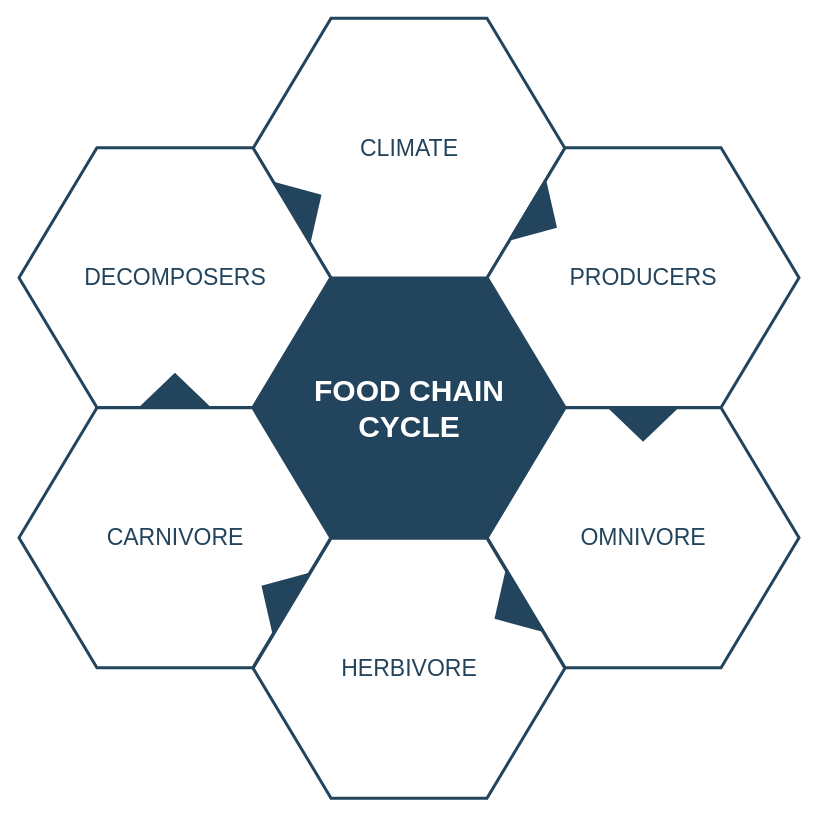
Earlier version of the draw.io diagram yejijianbao.drawio (killermyth/Documents). Source tidied: cells renumbered, new cells numbered last; positions are measured from the earlier drawing's top-left corner, leaving out a move shared by most shapes. Both pictures are drawn from the tidied source at 100%, with x=0, y=0 at pixel (18, 18).
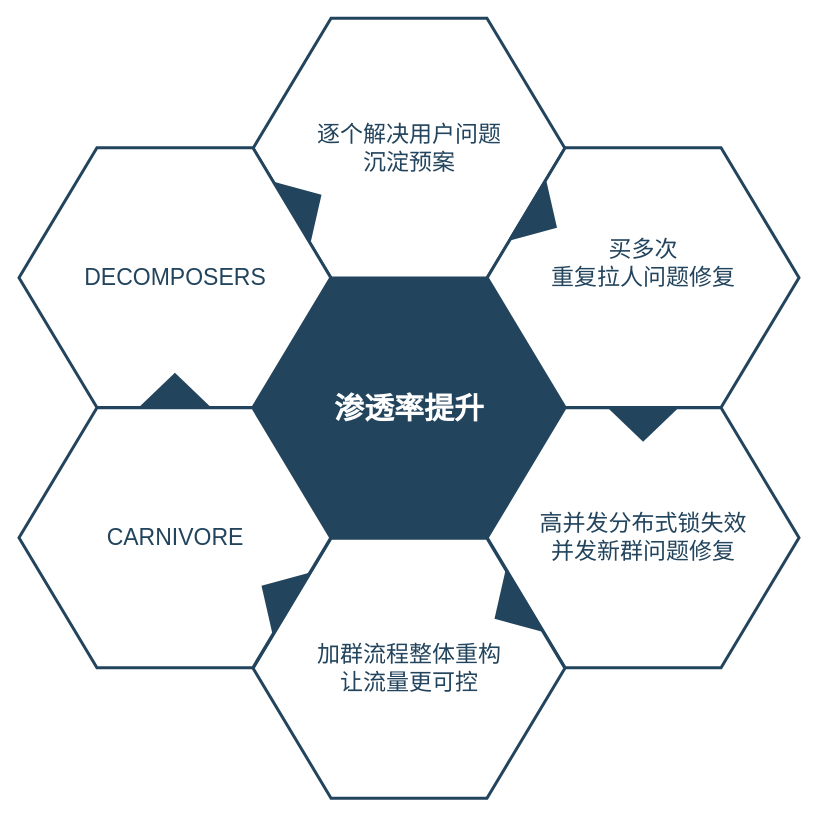
The same page after the edit.

What changed in the source:
```diff
@@
 <mxGraphModel>
   <root>
     <mxCell id="0" />
     <mxCell id="1" parent="0" />
-    <mxCell id="2" value="&lt;font style=&quot;font-size: 30px&quot; color=&quot;#ffffff&quot;&gt;&lt;b&gt;&lt;span&gt;FOOD CHAIN&lt;/span&gt;&lt;br&gt;&lt;span&gt;CYCLE&lt;/span&gt;&lt;/b&gt;&lt;/font&gt;&lt;br&gt;" style="shape=hexagon;perimeter=hexagonPerimeter2;whiteSpace=wrap;html=1;shadow=0;labelBackgroundColor=none;strokeColor=#23445D;fillColor=#23445D;gradientColor=none;fontFamily=Helvetica;fontSize=23;fontColor=#23445d;align=center;strokeWidth=3;" parent="1" vertex="1">
+    <mxCell id="2" value="&lt;font color=&quot;#ffffff&quot;&gt;&lt;span style=&quot;font-size: 30px&quot;&gt;&lt;b&gt;渗透率提升&lt;/b&gt;&lt;/span&gt;&lt;/font&gt;" style="shape=hexagon;perimeter=hexagonPerimeter2;whiteSpace=wrap;html=1;shadow=0;labelBackgroundColor=none;strokeColor=#23445D;fillColor=#23445D;gradientColor=none;fontFamily=Helvetica;fontSize=23;fontColor=#23445d;align=center;strokeWidth=3;" parent="1" vertex="1">
       <mxGeometry x="234.6" y="259.8" width="311.8" height="259.9" as="geometry" />
     </mxCell>
     <mxCell id="3" style="triangle;whiteSpace=wrap;html=1;shadow=0;labelBackgroundColor=none;strokeColor=none;fillColor=#FFFFFF;fontFamily=Helvetica;fontSize=17;fontColor=#23445d;align=center;rotation=90;gradientColor=none;flipV=1;flipH=1;opacity=20;" parent="1" vertex="1">
       <mxGeometry x="115.5" y="277.7" width="72" height="152" as="geometry" />
     </mxCell>
-    <mxCell id="4" value="&lt;font style=&quot;font-size: 23px&quot;&gt;CLIMATE&lt;/font&gt;" style="shape=hexagon;perimeter=hexagonPerimeter2;whiteSpace=wrap;html=1;shadow=0;labelBackgroundColor=none;strokeColor=#23445D;fillColor=#ffffff;gradientColor=none;fontFamily=Helvetica;fontSize=23;fontColor=#23445D;align=center;strokeWidth=3;" parent="1" vertex="1">
+    <mxCell id="4" value="&lt;font style=&quot;font-size: 23px&quot;&gt;逐个解决用户问题&lt;br&gt;沉淀预案&lt;br&gt;&lt;/font&gt;" style="shape=hexagon;perimeter=hexagonPerimeter2;whiteSpace=wrap;html=1;shadow=0;labelBackgroundColor=none;strokeColor=#23445D;fillColor=#ffffff;gradientColor=none;fontFamily=Helvetica;fontSize=23;fontColor=#23445D;align=center;strokeWidth=3;" parent="1" vertex="1">
       <mxGeometry x="234.6" y="-0.3" width="311.8" height="259.9" as="geometry" />
     </mxCell>
-    <mxCell id="5" value="&lt;font style=&quot;font-size: 23px&quot;&gt;PRODUCERS&lt;/font&gt;" style="shape=hexagon;perimeter=hexagonPerimeter2;whiteSpace=wrap;html=1;shadow=0;labelBackgroundColor=none;strokeColor=#23445D;fillColor=#FFFFFF;gradientColor=none;fontFamily=Helvetica;fontSize=23;fontColor=#23445d;align=center;strokeWidth=3;" parent="1" vertex="1">
+    <mxCell id="5" value="&lt;font style=&quot;font-size: 23px&quot;&gt;买多次&lt;br&gt;重复拉人问题修复&lt;br&gt;&lt;br&gt;&lt;/font&gt;" style="shape=hexagon;perimeter=hexagonPerimeter2;whiteSpace=wrap;html=1;shadow=0;labelBackgroundColor=none;strokeColor=#23445D;fillColor=#FFFFFF;gradientColor=none;fontFamily=Helvetica;fontSize=23;fontColor=#23445d;align=center;strokeWidth=3;" parent="1" vertex="1">
       <mxGeometry x="468.7" y="129.2" width="311.8" height="259.9" as="geometry" />
     </mxCell>
-    <mxCell id="6" value="&lt;font style=&quot;font-size: 23px&quot;&gt;OMNIVORE&lt;/font&gt;" style="shape=hexagon;perimeter=hexagonPerimeter2;whiteSpace=wrap;html=1;shadow=0;labelBackgroundColor=none;strokeColor=#23445D;fillColor=#FFFFFF;gradientColor=none;fontFamily=Helvetica;fontSize=23;fontColor=#23445d;align=center;strokeWidth=3;" parent="1" vertex="1">
+    <mxCell id="6" value="&lt;font style=&quot;font-size: 23px&quot;&gt;高并发分布式锁失效&lt;br&gt;并发新群问题修复&lt;/font&gt;" style="shape=hexagon;perimeter=hexagonPerimeter2;whiteSpace=wrap;html=1;shadow=0;labelBackgroundColor=none;strokeColor=#23445D;fillColor=#FFFFFF;gradientColor=none;fontFamily=Helvetica;fontSize=23;fontColor=#23445d;align=center;strokeWidth=3;" parent="1" vertex="1">
       <mxGeometry x="468.7" y="389.3" width="311.8" height="259.9" as="geometry" />
     </mxCell>
-    <mxCell id="7" value="&lt;font style=&quot;font-size: 23px&quot;&gt;HERBIVORE&lt;/font&gt;" style="shape=hexagon;perimeter=hexagonPerimeter2;whiteSpace=wrap;html=1;shadow=0;labelBackgroundColor=none;strokeColor=#23445D;fillColor=#FFFFFF;gradientColor=none;fontFamily=Helvetica;fontSize=23;fontColor=#23445d;align=center;strokeWidth=3;" parent="1" vertex="1">
+    <mxCell id="7" value="&lt;font style=&quot;font-size: 23px&quot;&gt;加群流程整体重构&lt;br&gt;让流量更可控&lt;br&gt;&lt;/font&gt;" style="shape=hexagon;perimeter=hexagonPerimeter2;whiteSpace=wrap;html=1;shadow=0;labelBackgroundColor=none;strokeColor=#23445D;fillColor=#FFFFFF;gradientColor=none;fontFamily=Helvetica;fontSize=23;fontColor=#23445d;align=center;strokeWidth=3;" parent="1" vertex="1">
       <mxGeometry x="234.6" y="519.8" width="311.8" height="259.9" as="geometry" />
     </mxCell>
     <mxCell id="8" value="&lt;font style=&quot;font-size: 23px&quot;&gt;CARNIVORE&lt;/font&gt;" style="shape=hexagon;perimeter=hexagonPerimeter2;whiteSpace=wrap;html=1;shadow=0;labelBackgroundColor=none;strokeColor=#23445D;fillColor=#FFFFFF;gradientColor=none;fontFamily=Helvetica;fontSize=23;fontColor=#23445d;align=center;strokeWidth=3;" parent="1" vertex="1">
       <mxGeometry x="0.5" y="389.3" width="311.8" height="259.9" as="geometry" />
     </mxCell>
     <mxCell id="9" value="&lt;font style=&quot;font-size: 23px;&quot;&gt;DECOMPOSERS&lt;/font&gt;" style="shape=hexagon;perimeter=hexagonPerimeter2;whiteSpace=wrap;html=1;shadow=0;labelBackgroundColor=none;strokeColor=#23445D;fillColor=#ffffff;gradientColor=none;fontFamily=Helvetica;fontSize=23;fontColor=#23445D;align=center;strokeWidth=3;" parent="1" vertex="1">
       <mxGeometry x="0.5" y="129.2" width="311.8" height="259.9" as="geometry" />
     </mxCell>
     <mxCell id="10" style="triangle;whiteSpace=wrap;html=1;shadow=0;labelBackgroundColor=none;strokeColor=none;fillColor=#23445D;fontFamily=Helvetica;fontSize=17;fontColor=#23445d;align=center;rotation=31;gradientColor=none;strokeWidth=3;" parent="1" vertex="1">
       <mxGeometry x="506" y="163.7" width="35" height="73" as="geometry" />
     </mxCell>
     <mxCell id="11" style="triangle;whiteSpace=wrap;html=1;shadow=0;labelBackgroundColor=none;strokeColor=none;fillColor=#23445D;fontFamily=Helvetica;fontSize=17;fontColor=#23445d;align=center;rotation=31;gradientColor=none;flipH=1;strokeWidth=3;" parent="1" vertex="1">
       <mxGeometry x="240.5" y="539.7" width="35" height="73" as="geometry" />
     </mxCell>
     <mxCell id="12" style="triangle;whiteSpace=wrap;html=1;shadow=0;labelBackgroundColor=none;strokeColor=none;fillColor=#23445D;fontFamily=Helvetica;fontSize=17;fontColor=#23445d;align=center;rotation=329;gradientColor=none;strokeWidth=3;" parent="1" vertex="1">
       <mxGeometry x="270.5" y="148.7" width="35" height="73" as="geometry" />
     </mxCell>
     <mxCell id="13" style="triangle;whiteSpace=wrap;html=1;shadow=0;labelBackgroundColor=none;strokeColor=none;fillColor=#23445D;fontFamily=Helvetica;fontSize=17;fontColor=#23445d;align=center;rotation=329;gradientColor=none;flipH=1;strokeWidth=3;" parent="1" vertex="1">
       <mxGeometry x="473.5" y="554.7" width="35" height="73" as="geometry" />
     </mxCell>
     <mxCell id="14" style="triangle;whiteSpace=wrap;html=1;shadow=0;labelBackgroundColor=none;strokeColor=none;fillColor=#23445D;fontFamily=Helvetica;fontSize=17;fontColor=#23445d;align=center;rotation=90;gradientColor=none;strokeWidth=3;" parent="1" vertex="1">
       <mxGeometry x="607.1" y="369.2" width="35" height="73" as="geometry" />
     </mxCell>
     <mxCell id="15" style="triangle;whiteSpace=wrap;html=1;shadow=0;labelBackgroundColor=none;strokeColor=none;fillColor=#23445D;fontFamily=Helvetica;fontSize=17;fontColor=#23445d;align=center;rotation=90;gradientColor=none;flipH=1;strokeWidth=3;" parent="1" vertex="1">
       <mxGeometry x="138.9" y="335.2" width="35" height="73" as="geometry" />
     </mxCell>
   </root>
 </mxGraphModel>
```
